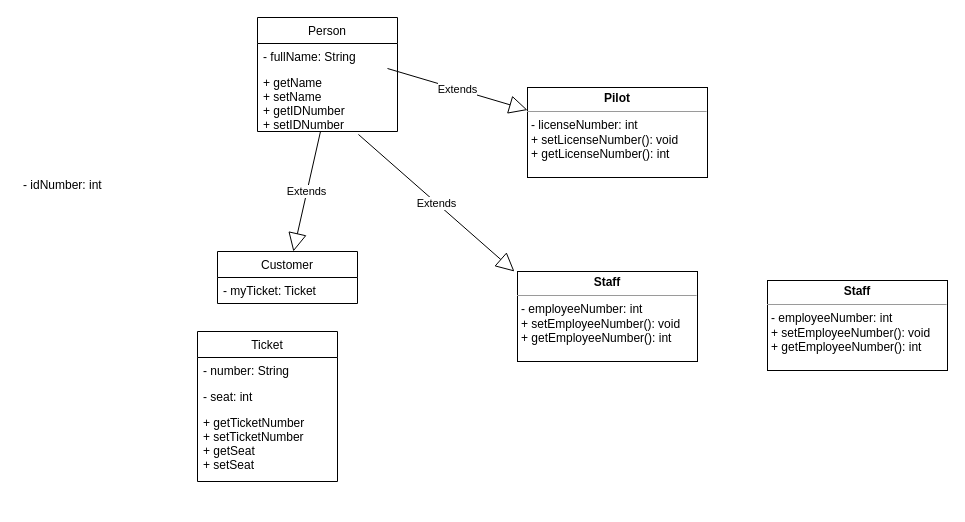
Before: Untitled Diagram.drawio in marciasilva/Files, a draw.io diagram. Source tidied: cells renumbered, new cells numbered last; positions are measured from the earlier drawing's top-left corner, leaving out a move shared by most shapes. Both pictures are drawn from the tidied source at 100%, with x=0, y=0 at pixel (17, 17).
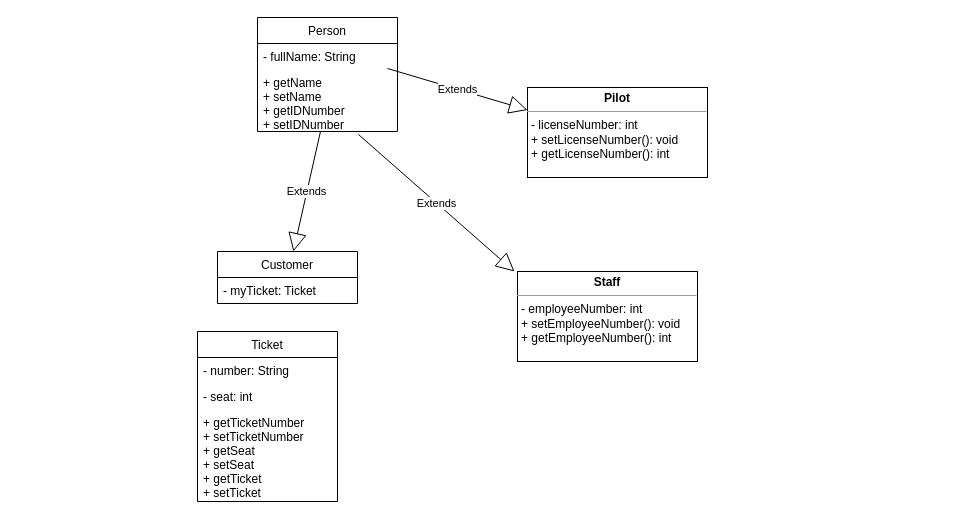
The same diagram, later.

Commit message:
Update Airport design

The edit, as a diff of the source:
```diff
@@
 <mxGraphModel>
   <root>
     <mxCell id="0" />
     <mxCell id="1" parent="0" />
     <mxCell id="2" value="Person" style="swimlane;fontStyle=0;horizontal=1;startSize=26;fillColor=none;" parent="1" vertex="1">
       <mxGeometry x="240" width="140" height="114" as="geometry" />
     </mxCell>
     <mxCell id="3" value="- fullName: String" style="text;strokeColor=none;fillColor=none;align=left;verticalAlign=top;spacingLeft=4;spacingRight=4;overflow=hidden;" parent="2" vertex="1">
       <mxGeometry y="26" width="140" height="26" as="geometry" />
     </mxCell>
     <mxCell id="4" value="+ getName&#10;+ setName&#10;+ getIDNumber&#10;+ setIDNumber&#10;" style="text;strokeColor=none;fillColor=none;align=left;verticalAlign=top;spacingLeft=4;spacingRight=4;overflow=hidden;points=[[0,0.5],[1,0.5]];portConstraint=eastwest;" parent="2" vertex="1">
       <mxGeometry y="52" width="140" height="62" as="geometry" />
     </mxCell>
     <mxCell id="5" value="Customer" style="swimlane;fontStyle=0;horizontal=1;startSize=26;fillColor=none;" parent="1" vertex="1">
       <mxGeometry x="200" y="234" width="140" height="52" as="geometry" />
     </mxCell>
     <mxCell id="6" value="- myTicket: Ticket" style="text;strokeColor=none;fillColor=none;align=left;verticalAlign=top;spacingLeft=4;spacingRight=4;overflow=hidden;" parent="5" vertex="1">
       <mxGeometry y="26" width="140" height="26" as="geometry" />
     </mxCell>
     <mxCell id="7" value="Ticket" style="swimlane;fontStyle=0;horizontal=1;startSize=26;fillColor=none;" parent="1" vertex="1">
-      <mxGeometry x="180" y="314" width="140" height="150" as="geometry" />
+      <mxGeometry x="180" y="314" width="140" height="170" as="geometry" />
     </mxCell>
     <mxCell id="8" value="- number: String" style="text;strokeColor=none;fillColor=none;align=left;verticalAlign=top;spacingLeft=4;spacingRight=4;overflow=hidden;" parent="7" vertex="1">
       <mxGeometry y="26" width="140" height="26" as="geometry" />
     </mxCell>
     <mxCell id="9" value="- seat: int" style="text;strokeColor=none;fillColor=none;align=left;verticalAlign=top;spacingLeft=4;spacingRight=4;overflow=hidden;" parent="7" vertex="1">
       <mxGeometry y="52" width="140" height="26" as="geometry" />
     </mxCell>
-    <mxCell id="10" value="+ getTicketNumber&#10;+ setTicketNumber&#10;+ getSeat&#10;+ setSeat&#10;" style="text;strokeColor=none;fillColor=none;align=left;verticalAlign=top;spacingLeft=4;spacingRight=4;overflow=hidden;" parent="7" vertex="1">
-      <mxGeometry y="78" width="140" height="72" as="geometry" />
+    <mxCell id="10" value="+ getTicketNumber&#10;+ setTicketNumber&#10;+ getSeat&#10;+ setSeat&#10;+ getTicket&#10;+ setTicket&#10;" style="text;strokeColor=none;fillColor=none;align=left;verticalAlign=top;spacingLeft=4;spacingRight=4;overflow=hidden;" parent="7" vertex="1">
+      <mxGeometry y="78" width="140" height="92" as="geometry" />
     </mxCell>
     <mxCell id="11" value="&lt;p style=&quot;margin: 0px ; margin-top: 4px ; text-align: center&quot;&gt;&lt;b&gt;Staff&lt;/b&gt;&lt;/p&gt;&lt;hr size=&quot;1&quot;&gt;&lt;p style=&quot;margin: 0px ; margin-left: 4px&quot;&gt;- employeeNumber: int&lt;/p&gt;&lt;p style=&quot;margin: 0px ; margin-left: 4px&quot;&gt;+ setEmployeeNumber(): void&lt;/p&gt;&lt;p style=&quot;margin: 0px ; margin-left: 4px&quot;&gt;+ getEmployeeNumber(): int&lt;/p&gt;" style="verticalAlign=top;align=left;overflow=fill;fontSize=12;fontFamily=Helvetica;html=1;" parent="1" vertex="1">
       <mxGeometry x="500" y="254" width="180" height="90" as="geometry" />
     </mxCell>
     <mxCell id="12" value="Extends" style="endArrow=block;endSize=16;endFill=0;html=1;entryX=-0.017;entryY=0;entryDx=0;entryDy=0;entryPerimeter=0;exitX=0.721;exitY=1.048;exitDx=0;exitDy=0;exitPerimeter=0;" parent="1" edge="1" source="4" target="11">
       <mxGeometry relative="1" as="geometry" />
     </mxCell>
     <mxCell id="13" value="Extends" style="endArrow=block;endSize=16;endFill=0;html=1;" parent="1" edge="1" source="4" target="5">
       <mxGeometry relative="1" as="geometry" />
     </mxCell>
     <mxCell id="14" value="&lt;p style=&quot;margin: 0px ; margin-top: 4px ; text-align: center&quot;&gt;&lt;b&gt;Pilot&lt;/b&gt;&lt;/p&gt;&lt;hr size=&quot;1&quot;&gt;&lt;p style=&quot;margin: 0px ; margin-left: 4px&quot;&gt;- licenseNumber: int&lt;/p&gt;&lt;p style=&quot;margin: 0px ; margin-left: 4px&quot;&gt;+ setLicenseNumber(): void&lt;/p&gt;&lt;p style=&quot;margin: 0px ; margin-left: 4px&quot;&gt;+ getLicenseNumber(): int&lt;/p&gt;" style="verticalAlign=top;align=left;overflow=fill;fontSize=12;fontFamily=Helvetica;html=1;" parent="1" vertex="1">
       <mxGeometry x="510" y="70" width="180" height="90" as="geometry" />
     </mxCell>
-    <mxCell id="15" value="- idNumber: int" style="text;strokeColor=none;fillColor=none;align=left;verticalAlign=top;spacingLeft=4;spacingRight=4;overflow=hidden;" parent="1" vertex="1">
-      <mxGeometry y="154" width="140" height="26" as="geometry" />
-    </mxCell>
     <mxCell id="16" value="Extends" style="endArrow=block;endSize=16;endFill=0;html=1;entryX=0;entryY=0.25;entryDx=0;entryDy=0;" parent="1" edge="1" target="14">
       <mxGeometry relative="1" as="geometry">
         <mxPoint x="370" y="51" as="sourcePoint" />
       </mxGeometry>
     </mxCell>
-    <mxCell id="17" value="&lt;p style=&quot;margin: 0px ; margin-top: 4px ; text-align: center&quot;&gt;&lt;b&gt;Staff&lt;/b&gt;&lt;/p&gt;&lt;hr size=&quot;1&quot;&gt;&lt;p style=&quot;margin: 0px ; margin-left: 4px&quot;&gt;- employeeNumber: int&lt;/p&gt;&lt;p style=&quot;margin: 0px ; margin-left: 4px&quot;&gt;+ setEmployeeNumber(): void&lt;/p&gt;&lt;p style=&quot;margin: 0px ; margin-left: 4px&quot;&gt;+ getEmployeeNumber(): int&lt;/p&gt;" style="verticalAlign=top;align=left;overflow=fill;fontSize=12;fontFamily=Helvetica;html=1;" parent="1" vertex="1">
-      <mxGeometry x="750" y="263" width="180" height="90" as="geometry" />
-    </mxCell>
   </root>
 </mxGraphModel>
```
